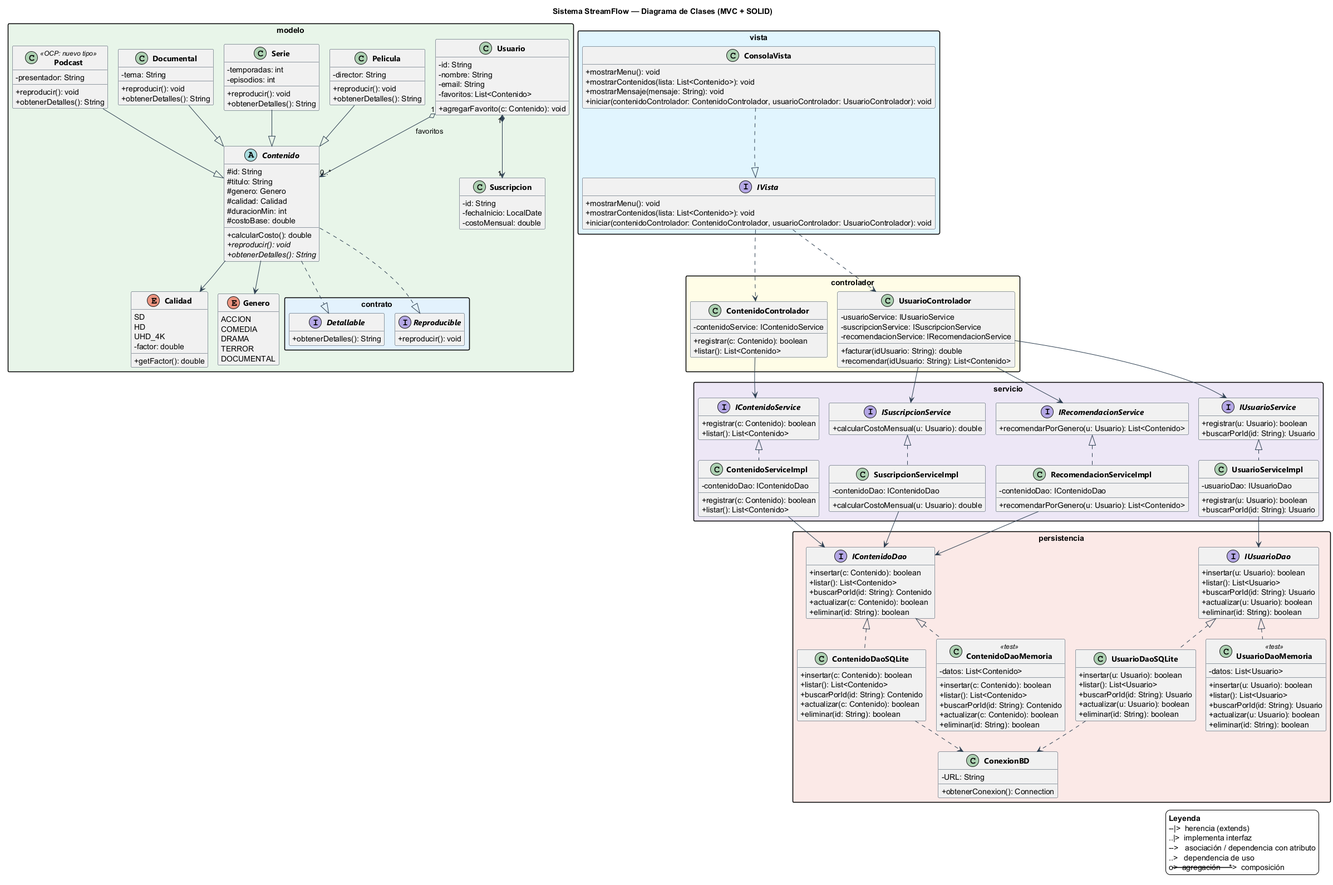
The PlantUML diagram docs/uml/streamflow_uml.png in PabloOchoa-maker/ProyectoBimestral2B, before a commit.
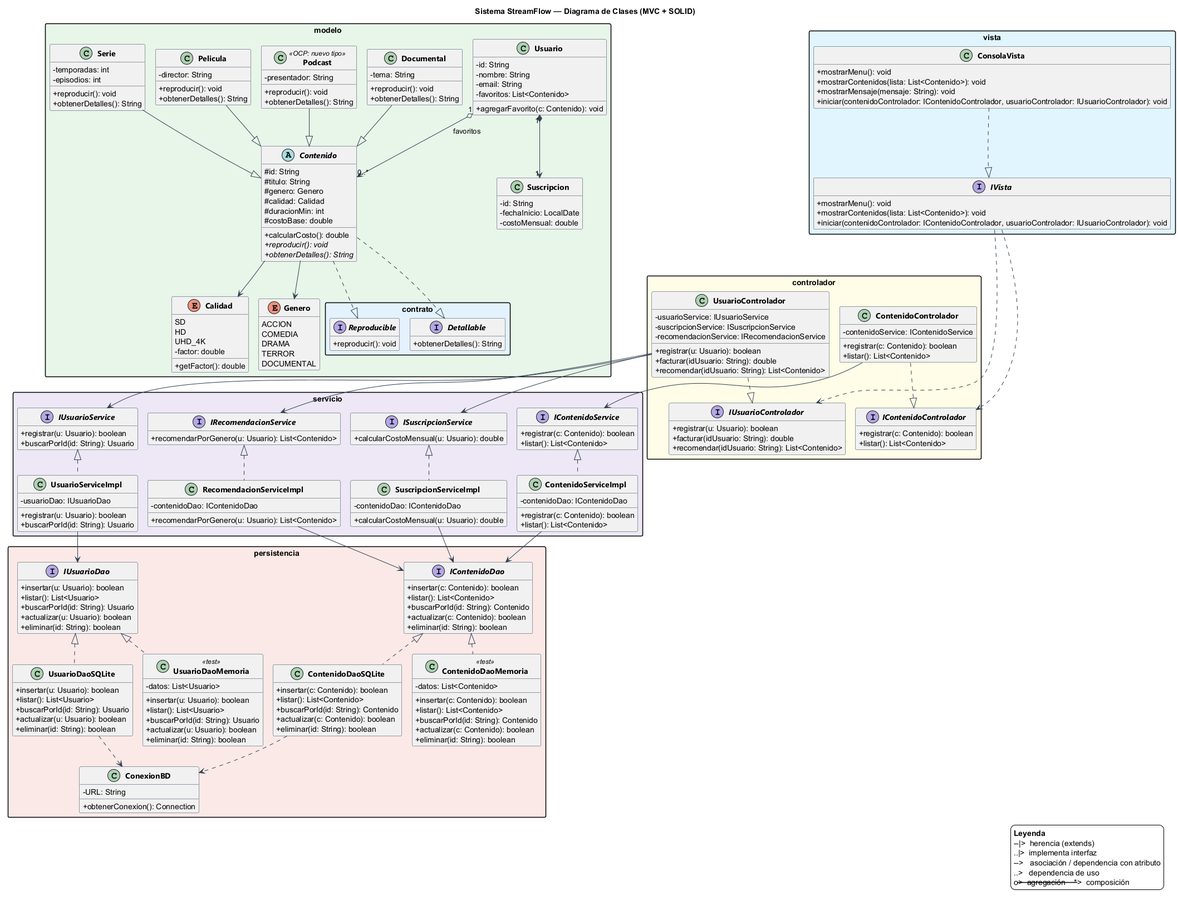
After the commit.

Commit message:
Actualiza el UML: interfaces de controlador y dependencia de la vista hacia ellas

What changed in the source:
```diff
@@ -115,19 +115,30 @@
         +mostrarMenu(): void
         +mostrarContenidos(lista: List<Contenido>): void
         +mostrarMensaje(mensaje: String): void
-        +iniciar(contenidoControlador: ContenidoControlador, usuarioControlador: UsuarioControlador): void
+        +iniciar(contenidoControlador: IContenidoControlador, usuarioControlador: IUsuarioControlador): void
     }
 
     interface IVista {
         +mostrarMenu(): void
         +mostrarContenidos(lista: List<Contenido>): void
-        +iniciar(contenidoControlador: ContenidoControlador, usuarioControlador: UsuarioControlador): void
+        +iniciar(contenidoControlador: IContenidoControlador, usuarioControlador: IUsuarioControlador): void
     }
 
     ConsolaVista ..|> IVista
 }
 
 package controlador #FFFDE7 {
+
+    interface IContenidoControlador {
+        +registrar(c: Contenido): boolean
+        +listar(): List<Contenido>
+    }
+
+    interface IUsuarioControlador {
+        +registrar(u: Usuario): boolean
+        +facturar(idUsuario: String): double
+        +recomendar(idUsuario: String): List<Contenido>
+    }
 
     class ContenidoControlador {
         -contenidoService: IContenidoService
@@ -139,9 +150,13 @@
         -usuarioService: IUsuarioService
         -suscripcionService: ISuscripcionService
         -recomendacionService: IRecomendacionService
+        +registrar(u: Usuario): boolean
         +facturar(idUsuario: String): double
         +recomendar(idUsuario: String): List<Contenido>
     }
+
+    ContenidoControlador ..|> IContenidoControlador
+    UsuarioControlador ..|> IUsuarioControlador
 }
 
 package servicio #EDE7F6 {
@@ -258,8 +273,8 @@
     UsuarioDaoSQLite ..> ConexionBD
 }
 
-IVista ..> ContenidoControlador
-IVista ..> UsuarioControlador
+IVista ..> IContenidoControlador
+IVista ..> IUsuarioControlador
 
 ContenidoControlador --> IContenidoService
 UsuarioControlador --> IUsuarioService
```
